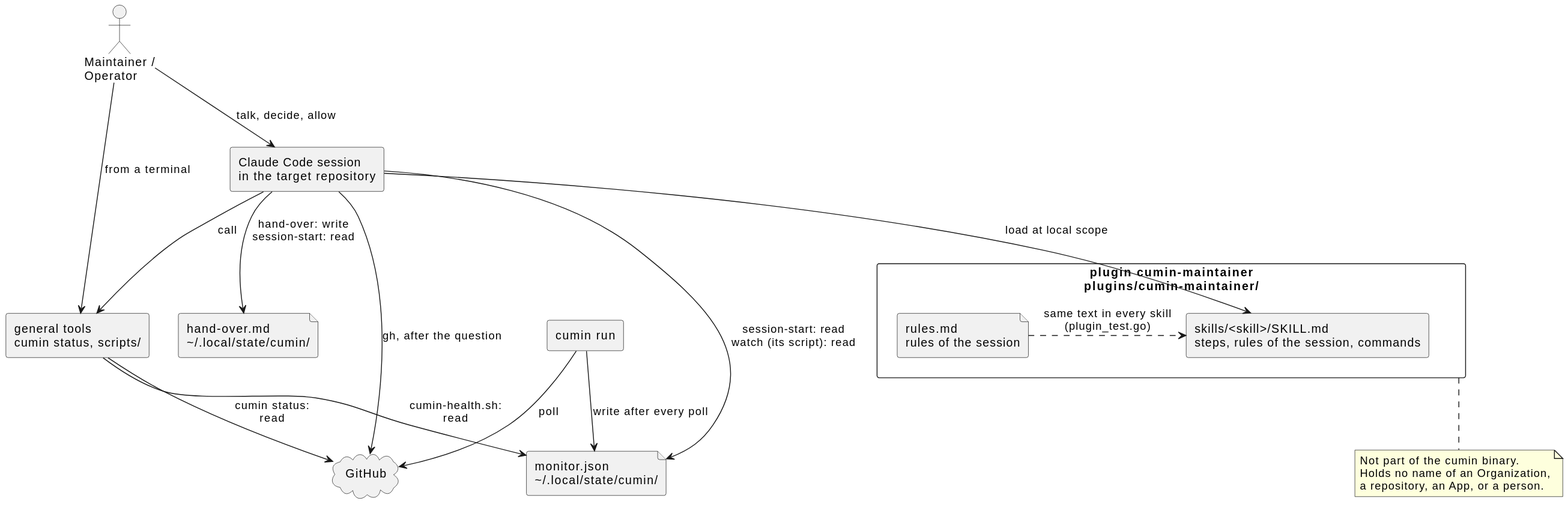
Before: docs/ja/guides/maintainer-skills.svg, a diagram exported from PlantUML (cloveclovedev/cumin-works).
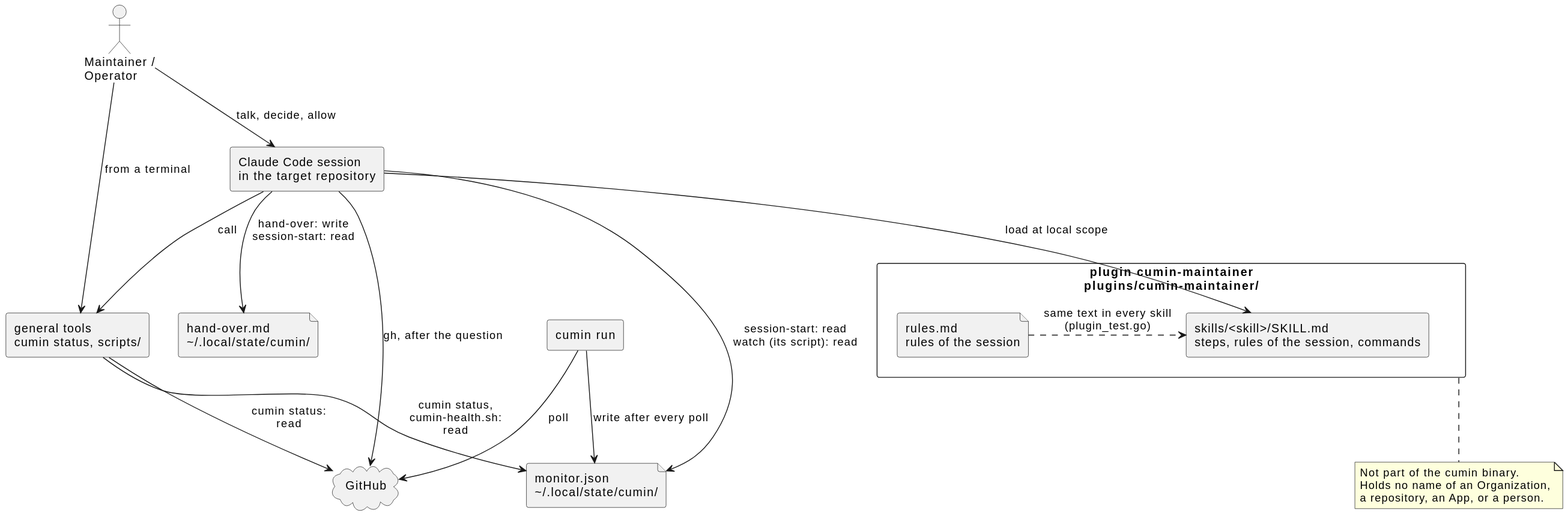
After the commit.

Diff of the diagram source:
```diff
@@ -24,7 +24,7 @@
 session --> monitor : session-start: read\nwatch (its script): read
 session --> note : hand-over: write\nsession-start: read
 tools --> github : cumin status:\nread
-tools --> monitor : cumin-health.sh:\nread
+tools --> monitor : cumin status,\ncumin-health.sh:\nread
 run --> monitor : write after every poll
 run -right-> github : poll
 
```
